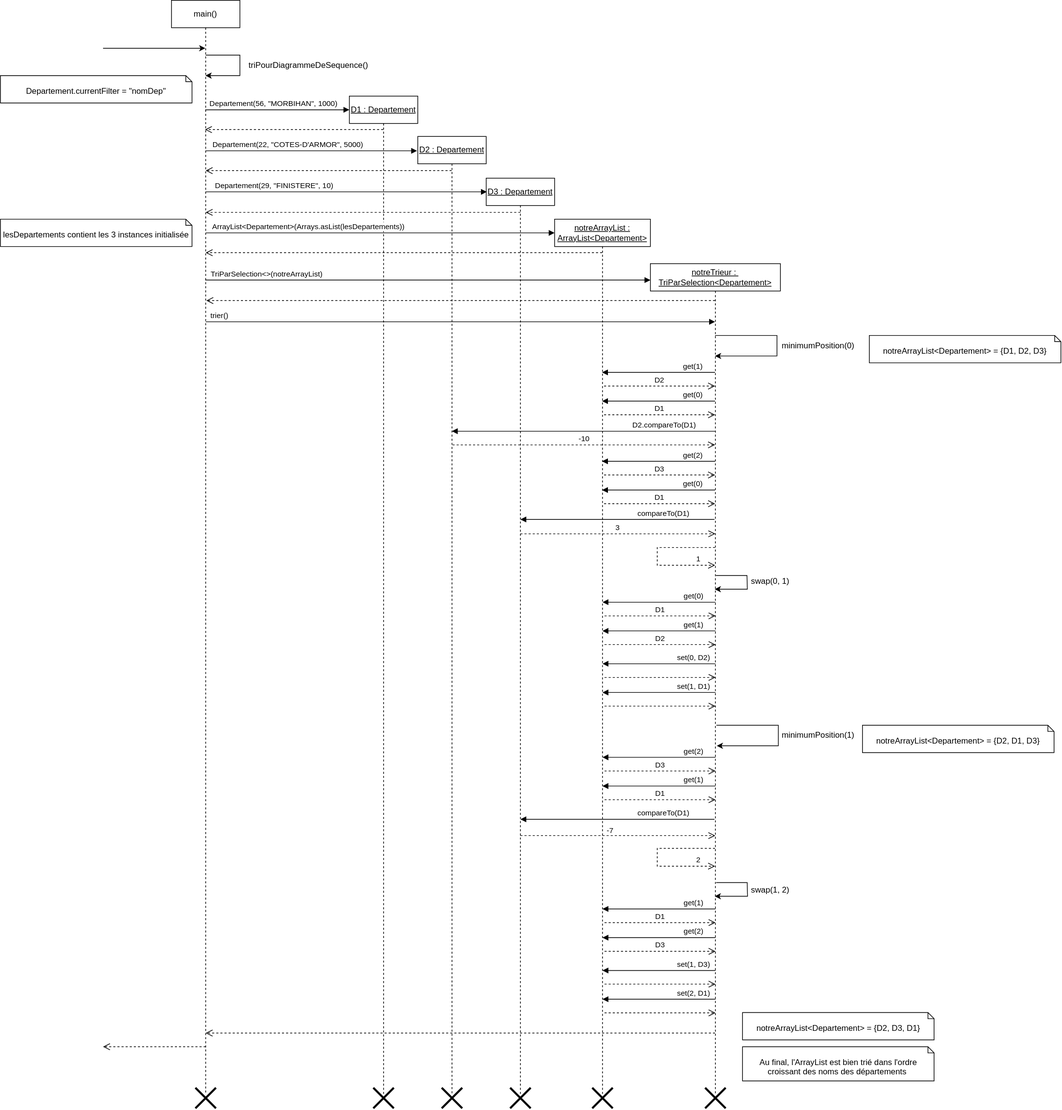
This is Java/UML/Diagramme de séquence.svg from xotakfr/communes-bretonnes, a draw.io export, as it was before one commit. Source tidied: cells renumbered, new cells last; positions are measured from the earlier drawing's top-left corner, leaving out a move shared by most shapes.
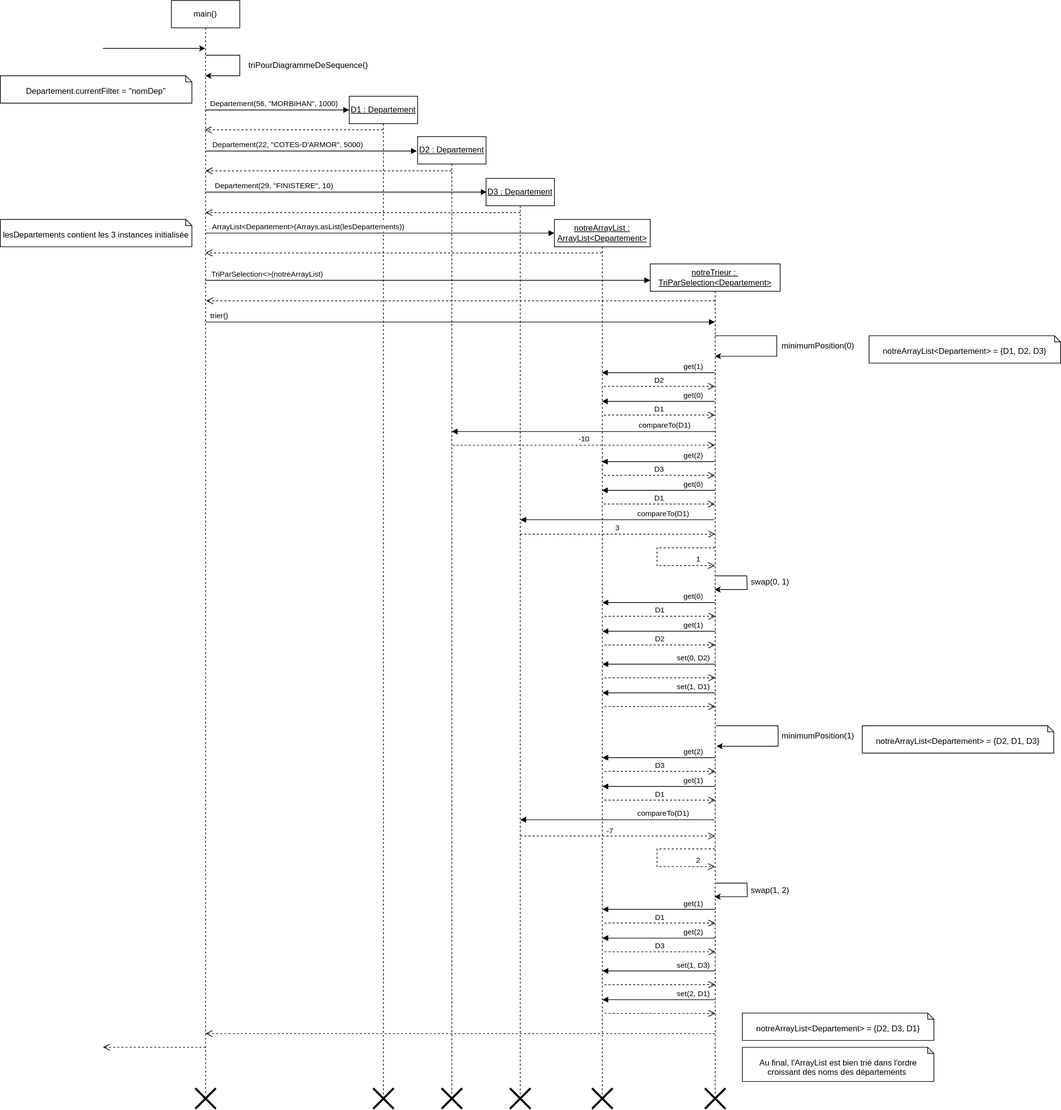
Above is the later version.

Commit message:
modification classes & version finale des diagrammes

The edit, as a diff of the source:
```diff
@@ -95,7 +95,7 @@
     <mxCell id="19" value="minimumPosition(0)" style="text;html=1;align=center;verticalAlign=middle;strokeColor=none;fillColor=none;" parent="1" vertex="1">
       <mxGeometry x="1130" y="490" width="130" height="30" as="geometry" />
     </mxCell>
-    <mxCell id="20" value="D2.compareTo(D1)" style="html=1;verticalAlign=bottom;endArrow=block;curved=0;rounded=0;" parent="1" edge="1">
+    <mxCell id="20" value="compareTo(D1)" style="html=1;verticalAlign=bottom;endArrow=block;curved=0;rounded=0;" parent="1" edge="1">
       <mxGeometry x="-0.61" relative="1" as="geometry">
         <mxPoint x="1044.5" y="630" as="sourcePoint" />
         <mxPoint x="659.8" y="630" as="targetPoint" />
```
